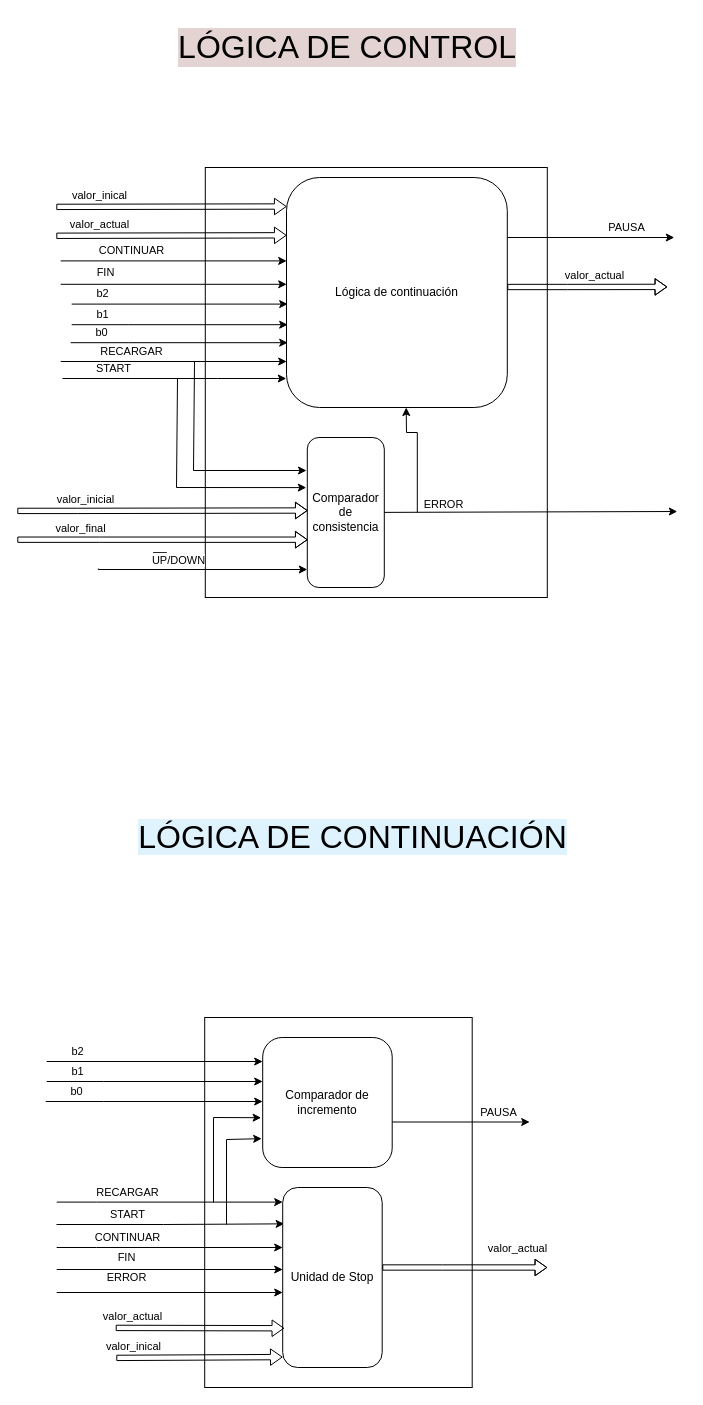
Earlier version of the draw.io diagram page "LógicaDeControl" (4 of 6) of Integrador/Integrador.drawio (albertinap/IDL). Source tidied: cells renumbered, new cells numbered last; positions are measured from the earlier drawing's top-left corner, leaving out a move shared by most shapes. Both pictures are drawn from the tidied source at 100%, with x=0, y=0 at pixel (17, 17).
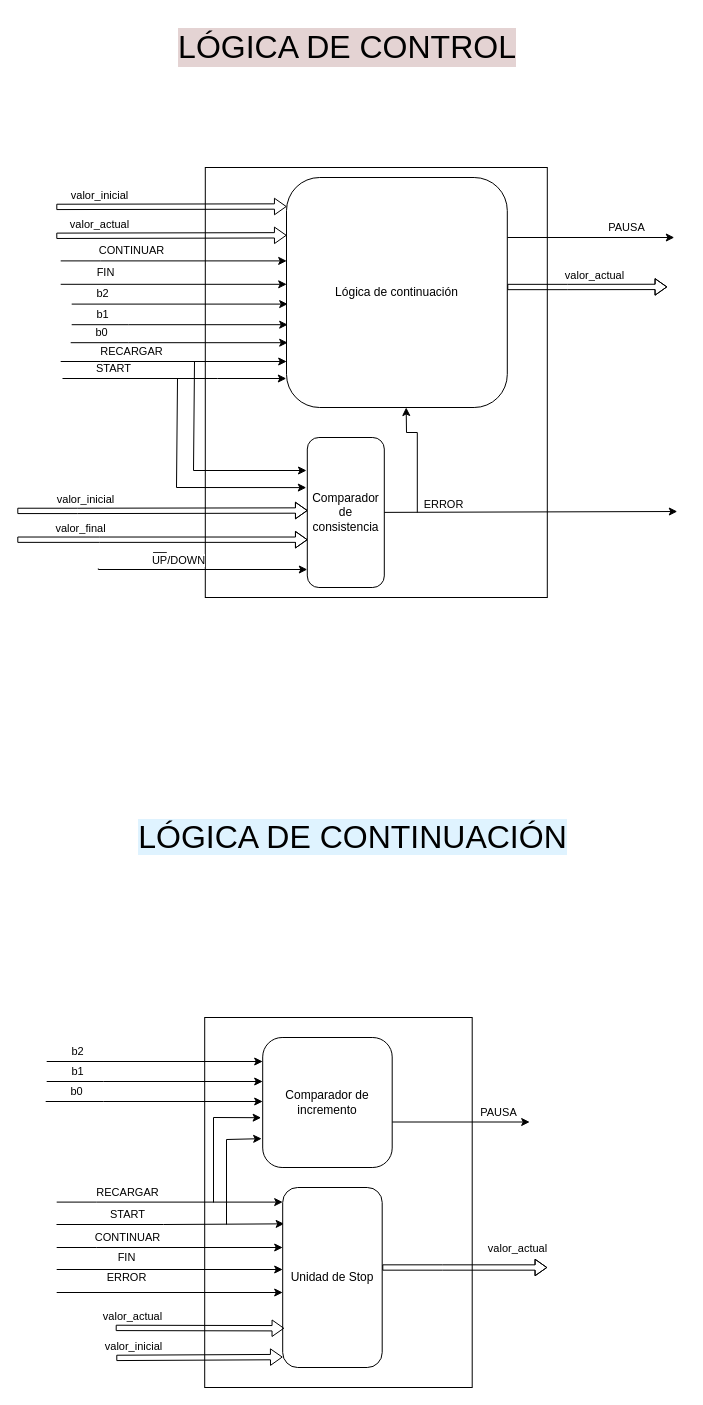
The same page after the edit.

Unchanged cells that the change refers to:
```xml
<mxCell id="21" style="shape=flexArrow;endArrow=none;startArrow=classic;html=1;rounded=0;width=5.348837209302326;endSize=3.5813953488372094;endWidth=10.151433207138995;startWidth=10.151433207138995;startSize=3.5813953488372094;endFill=0;exitX=0;exitY=0.942;exitDx=0;exitDy=0;exitPerimeter=0;" parent="1" edge="1" source="15">
  <mxGeometry relative="1" as="geometry">
    <mxPoint x="98.8" y="1340.2" as="targetPoint" />
    <Array as="points">
      <mxPoint x="98.8" y="1340.4" />
    </Array>
  </mxGeometry>
</mxCell>
<mxCell id="55" style="shape=flexArrow;endArrow=none;startArrow=classic;html=1;rounded=0;width=5.348837209302326;endSize=3.5813953488372094;endWidth=10.151433207138995;startWidth=10.151433207138995;startSize=3.5813953488372094;endFill=0;" parent="1" edge="1">
  <mxGeometry relative="1" as="geometry">
    <mxPoint x="269.2" y="189" as="sourcePoint" />
    <mxPoint x="38.8" y="189.2" as="targetPoint" />
    <Array as="points">
      <mxPoint x="38.8" y="189.4" />
    </Array>
  </mxGeometry>
</mxCell>
```

What changed in the source:
```diff
@@
-    <mxCell id="22" value="valor_inical" style="edgeLabel;html=1;align=center;verticalAlign=middle;" parent="21" vertex="1">
+    <mxCell id="22" value="valor_inicial" style="edgeLabel;html=1;align=center;verticalAlign=middle;" parent="21" vertex="1">
       <mxGeometry x="0.17" y="1" relative="1" as="geometry">
         <mxPoint x="-53" y="-13" as="offset" />
       </mxGeometry>
     </mxCell>
@@
-    <mxCell id="56" value="valor_inical" style="edgeLabel;html=1;align=center;verticalAlign=middle;" parent="55" vertex="1">
+    <mxCell id="56" value="valor_inicial" style="edgeLabel;html=1;align=center;verticalAlign=middle;" parent="55" vertex="1">
       <mxGeometry x="0.17" y="1" relative="1" as="geometry">
         <mxPoint x="-53" y="-13" as="offset" />
       </mxGeometry>
     </mxCell>
```
